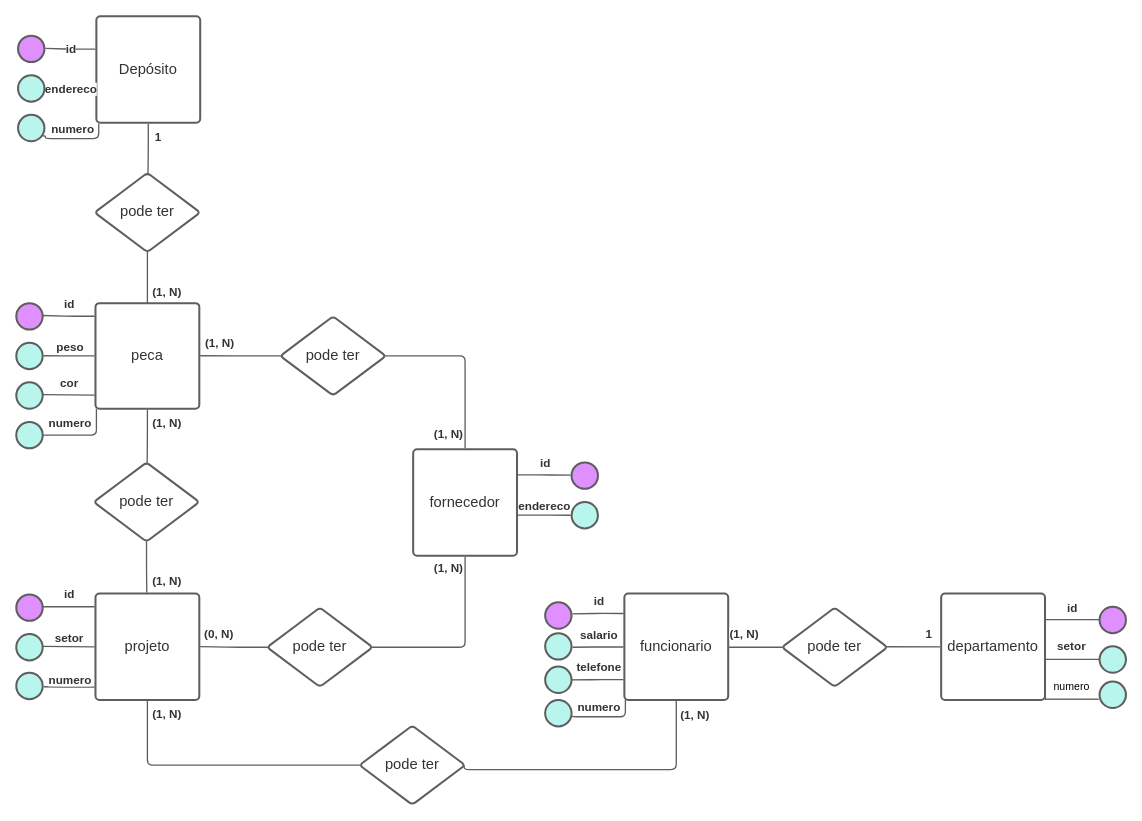
Before: page "Página-1" (1 of 2) of Diagrama sem nome.drawio in CaduuuS2/CaduuuS2, a draw.io diagram. Source tidied: cells renumbered, new cells numbered last; positions are measured from the earlier drawing's top-left corner, leaving out a move shared by most shapes. Both pictures are drawn from the tidied source at 88%, with x=0, y=0 at pixel (16, 16).
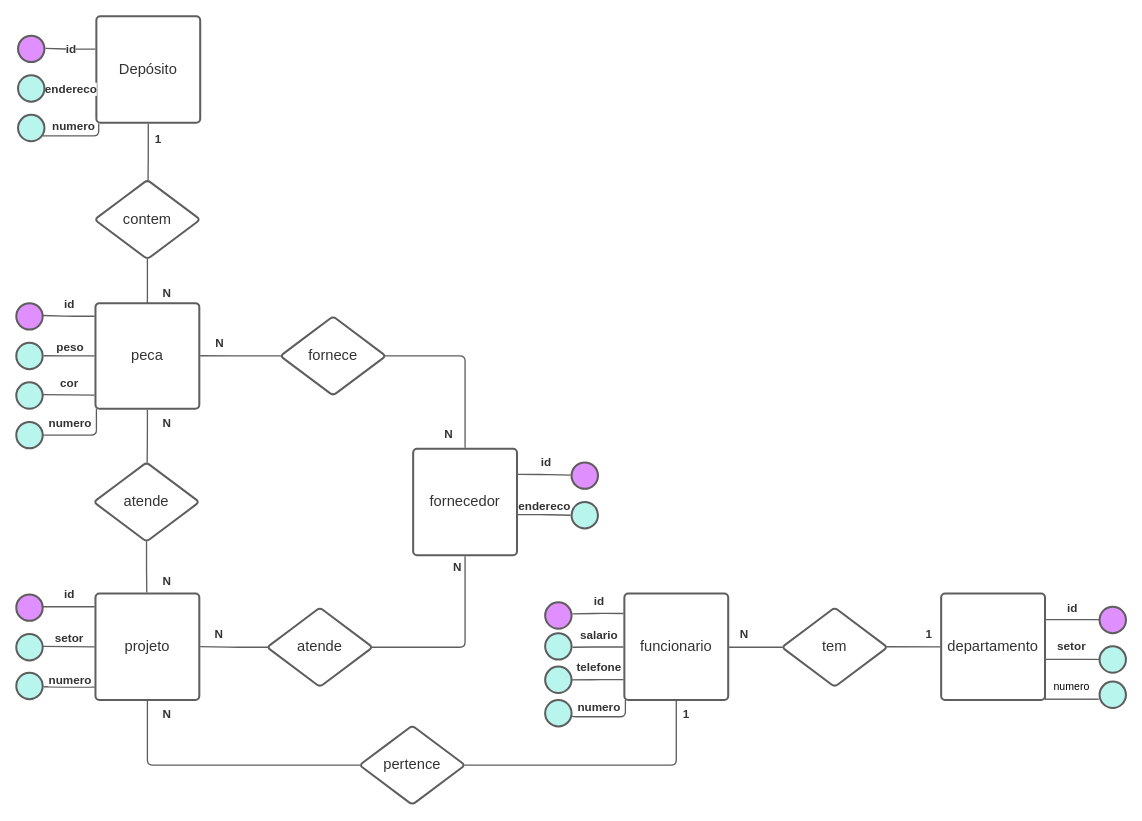
The same diagram, later.

Unchanged cells that the change refers to:
```xml
<mxCell id="9" value="funcionario" style="html=1;overflow=block;blockSpacing=1;whiteSpace=wrap;fontSize=16.7;fontColor=#333333;spacing=3.8;strokeColor=#5e5e5e;strokeOpacity=100;rounded=1;absoluteArcSize=1;arcSize=9;strokeWidth=2.3;lucidId=F~jI04aDoL8M;" parent="1" vertex="1">
  <mxGeometry x="691" y="656" width="118" height="121" as="geometry" />
</mxCell>
<mxCell id="19" value="Depósito" style="html=1;overflow=block;blockSpacing=1;whiteSpace=wrap;fontSize=16.7;fontColor=#333333;spacing=3.8;strokeColor=#5e5e5e;strokeOpacity=100;rounded=1;absoluteArcSize=1;arcSize=9;strokeWidth=2.3;lucidId=~~jI1~KkqKt5;" parent="1" vertex="1">
  <mxGeometry x="91" width="118" height="121" as="geometry" />
</mxCell>
<mxCell id="47" style="html=1;jettySize=18;whiteSpace=wrap;fontSize=13;strokeColor=#5E5E5E;strokeWidth=1.5;rounded=1;arcSize=12;edgeStyle=orthogonalEdgeStyle;startArrow=none;endArrow=none;exitX=0.009;exitY=0.5;exitPerimeter=0;entryX=0.5;entryY=1.009;entryPerimeter=0;lucidId=HqkIA-.pXedk;" parent="1" edge="1" source="49" target="2">
  <mxGeometry relative="1" as="geometry" />
</mxCell>
<mxCell id="51" style="html=1;jettySize=18;whiteSpace=wrap;fontSize=13;strokeColor=#5E5E5E;strokeWidth=1.5;rounded=1;arcSize=12;edgeStyle=orthogonalEdgeStyle;startArrow=none;endArrow=none;exitX=0.5;exitY=1.009;exitPerimeter=0;entryX=0.506;entryY=0.005;entryPerimeter=0;lucidId=HvkIkRtzUAPj;" parent="1" edge="1" source="26" target="50">
  <mxGeometry relative="1" as="geometry" />
</mxCell>
<mxCell id="53" style="html=1;jettySize=18;whiteSpace=wrap;fontSize=13;strokeColor=#5E5E5E;strokeWidth=1.5;rounded=1;arcSize=12;edgeStyle=orthogonalEdgeStyle;startArrow=none;endArrow=none;exitX=0.5;exitY=0.996;exitPerimeter=0;entryX=0.494;entryY=-0.009;entryPerimeter=0;lucidId=MvkIcAMhFRf_;" parent="1" edge="1" source="50" target="2">
  <mxGeometry relative="1" as="geometry" />
</mxCell>
<mxCell id="55" style="html=1;jettySize=18;whiteSpace=wrap;fontSize=13;strokeColor=#5E5E5E;strokeWidth=1.5;rounded=1;arcSize=12;edgeStyle=orthogonalEdgeStyle;startArrow=none;endArrow=none;exitX=0.5;exitY=1.009;exitPerimeter=0;entryX=0.991;entryY=0.5;entryPerimeter=0;lucidId=xykIh6G4ZGhu;" parent="1" edge="1" source="34" target="57">
  <mxGeometry relative="1" as="geometry">
    <Array as="points">
      <mxPoint x="510" y="717" />
    </Array>
  </mxGeometry>
</mxCell>
<mxCell id="58" style="html=1;jettySize=18;whiteSpace=wrap;fontSize=13.3;fontColor=#333333;fontStyle=1;strokeColor=#5E5E5E;strokeWidth=1.5;rounded=1;arcSize=12;edgeStyle=orthogonalEdgeStyle;startArrow=none;endArrow=none;exitX=0.009;exitY=0.5;exitPerimeter=0;entryX=1.009;entryY=0.498;entryPerimeter=0;lucidId=NykIEq6t0YiN;" parent="1" edge="1" source="57" target="2">
  <mxGeometry relative="1" as="geometry" />
</mxCell>
<mxCell id="68" style="html=1;jettySize=18;whiteSpace=wrap;fontSize=13;strokeColor=#5E5E5E;strokeWidth=1.5;rounded=1;arcSize=12;edgeStyle=orthogonalEdgeStyle;startArrow=none;endArrow=none;exitX=0.5;exitY=-0.009;exitPerimeter=0;entryX=0.991;entryY=0.5;entryPerimeter=0;lucidId=2IkIhX5xWK.R;" parent="1" edge="1" source="34" target="70">
  <mxGeometry relative="1" as="geometry">
    <Array as="points">
      <mxPoint x="510" y="386" />
    </Array>
  </mxGeometry>
</mxCell>
<mxCell id="71" style="html=1;jettySize=18;whiteSpace=wrap;fontSize=13.3;fontColor=#333333;fontStyle=1;strokeColor=#5E5E5E;strokeWidth=1.5;rounded=1;arcSize=12;edgeStyle=orthogonalEdgeStyle;startArrow=none;endArrow=none;exitX=0.009;exitY=0.5;exitPerimeter=0;entryX=1.009;entryY=0.498;entryPerimeter=0;lucidId=-IkIb4ChYnIl;" parent="1" edge="1" source="70" target="26">
  <mxGeometry relative="1" as="geometry" />
</mxCell>
<mxCell id="76" style="html=1;jettySize=18;whiteSpace=wrap;fontSize=13;strokeColor=#5E5E5E;strokeWidth=1.5;rounded=1;arcSize=12;edgeStyle=orthogonalEdgeStyle;startArrow=none;endArrow=none;exitX=0.5;exitY=0.996;exitPerimeter=0;lucidId=HLkIj6gFa-mh;" parent="1" edge="1" source="73">
  <mxGeometry relative="1" as="geometry">
    <mxPoint x="149" y="326" as="targetPoint" />
  </mxGeometry>
</mxCell>
<mxCell id="78" style="html=1;jettySize=18;whiteSpace=wrap;fontSize=13.3;fontColor=#333333;fontStyle=1;strokeColor=#5E5E5E;strokeWidth=1.5;rounded=1;arcSize=12;edgeStyle=orthogonalEdgeStyle;startArrow=none;endArrow=none;exitX=0.009;exitY=0.5;exitPerimeter=0;entryX=1.009;entryY=0.504;entryPerimeter=0;lucidId=g3kIVmlv53q5;" parent="1" edge="1" source="44" target="9">
  <mxGeometry relative="1" as="geometry" />
</mxCell>
```

Change to the diagram source:
```diff
@@
     <mxCell id="34" value="fornecedor" style="html=1;overflow=block;blockSpacing=1;whiteSpace=wrap;fontSize=16.7;fontColor=#333333;spacing=3.8;strokeColor=#5e5e5e;strokeOpacity=100;rounded=1;absoluteArcSize=1;arcSize=9;strokeWidth=2.3;lucidId=8akIa226I4ow;" parent="1" vertex="1">
-      <mxGeometry x="451" y="492" width="118" height="121" as="geometry" />
+      <mxGeometry x="451" y="491.5" width="118" height="121" as="geometry" />
     </mxCell>
@@
-    <mxCell id="44" value="pode ter" style="html=1;overflow=block;blockSpacing=1;whiteSpace=wrap;rhombus;fontSize=16.7;fontColor=#333333;spacing=3.8;strokeColor=#5e5e5e;strokeOpacity=100;fillOpacity=0;rounded=1;absoluteArcSize=1;arcSize=9;fillColor=#000000;strokeWidth=2.3;lucidId=9nkIm35I-Jwh;" parent="1" vertex="1">
+    <mxCell id="44" value="tem" style="html=1;overflow=block;blockSpacing=1;whiteSpace=wrap;rhombus;fontSize=16.7;fontColor=#333333;spacing=3.8;strokeColor=#5e5e5e;strokeOpacity=100;fillOpacity=0;rounded=1;absoluteArcSize=1;arcSize=9;fillColor=#000000;strokeWidth=2.3;lucidId=9nkIm35I-Jwh;" parent="1" vertex="1">
       <mxGeometry x="870" y="672" width="120" height="90" as="geometry" />
     </mxCell>
     <mxCell id="45" style="html=1;jettySize=18;whiteSpace=wrap;fontSize=13;strokeColor=#5E5E5E;strokeWidth=1.5;rounded=1;arcSize=12;edgeStyle=orthogonalEdgeStyle;startArrow=none;endArrow=none;exitX=0.5;exitY=1.009;exitPerimeter=0;entryX=0.991;entryY=0.5;entryPerimeter=0;lucidId=DqkIitgrGft5;" parent="1" edge="1" source="9" target="49">
       <mxGeometry relative="1" as="geometry">
         <Array as="points">
-          <mxPoint x="750" y="856" />
-          <mxPoint x="509" y="856" />
+          <mxPoint x="750" y="851" />
         </Array>
       </mxGeometry>
     </mxCell>
-    <mxCell id="46" value="(1, N)" style="text;html=1;labelBackgroundColor=default;align=center;verticalAlign=middle;fontStyle=1;fontColor=#333333;fontSize=13.3;" parent="45" vertex="1">
+    <mxCell id="46" value="1" style="text;html=1;labelBackgroundColor=default;align=center;verticalAlign=middle;fontStyle=1;fontColor=#333333;fontSize=13.3;" parent="45" vertex="1">
       <mxGeometry x="-0.91" relative="1" as="geometry">
-        <mxPoint x="20" as="offset" />
+        <mxPoint x="10" as="offset" />
       </mxGeometry>
     </mxCell>
@@
-    <mxCell id="48" value="(1, N)" style="text;html=1;labelBackgroundColor=default;align=center;verticalAlign=middle;fontStyle=1;fontColor=#333333;fontSize=13.3;" parent="47" vertex="1">
+    <mxCell id="48" value="N" style="text;html=1;labelBackgroundColor=default;align=center;verticalAlign=middle;fontStyle=1;fontColor=#333333;fontSize=13.3;" parent="47" vertex="1">
       <mxGeometry x="0.88" relative="1" as="geometry">
         <mxPoint x="21" y="-5" as="offset" />
       </mxGeometry>
     </mxCell>
-    <mxCell id="49" value="pode ter" style="html=1;overflow=block;blockSpacing=1;whiteSpace=wrap;rhombus;fontSize=16.7;fontColor=#333333;spacing=3.8;strokeColor=#5e5e5e;strokeOpacity=100;fillOpacity=0;rounded=1;absoluteArcSize=1;arcSize=9;fillColor=#000000;strokeWidth=2.3;lucidId=HqkIaE28fOwy;" parent="1" vertex="1">
+    <mxCell id="49" value="pertence" style="html=1;overflow=block;blockSpacing=1;whiteSpace=wrap;rhombus;fontSize=16.7;fontColor=#333333;spacing=3.8;strokeColor=#5e5e5e;strokeOpacity=100;fillOpacity=0;rounded=1;absoluteArcSize=1;arcSize=9;fillColor=#000000;strokeWidth=2.3;lucidId=HqkIaE28fOwy;" parent="1" vertex="1">
       <mxGeometry x="390" y="806" width="120" height="90" as="geometry" />
     </mxCell>
-    <mxCell id="50" value="pode ter" style="html=1;overflow=block;blockSpacing=1;whiteSpace=wrap;rhombus;fontSize=16.7;fontColor=#333333;spacing=3.8;strokeColor=#5e5e5e;strokeOpacity=100;fillOpacity=0;rounded=1;absoluteArcSize=1;arcSize=9;fillColor=#000000;strokeWidth=2.3;lucidId=WukI7734kmE~;" parent="1" vertex="1">
+    <mxCell id="50" value="atende" style="html=1;overflow=block;blockSpacing=1;whiteSpace=wrap;rhombus;fontSize=16.7;fontColor=#333333;spacing=3.8;strokeColor=#5e5e5e;strokeOpacity=100;fillOpacity=0;rounded=1;absoluteArcSize=1;arcSize=9;fillColor=#000000;strokeWidth=2.3;lucidId=WukI7734kmE~;" parent="1" vertex="1">
       <mxGeometry x="88" y="507" width="120" height="90" as="geometry" />
     </mxCell>
@@
-    <mxCell id="52" value="(1, N)" style="text;html=1;labelBackgroundColor=default;align=center;verticalAlign=middle;fontStyle=1;fontColor=#333333;fontSize=13.3;" parent="51" vertex="1">
+    <mxCell id="52" value="N" style="text;html=1;labelBackgroundColor=default;align=center;verticalAlign=middle;fontStyle=1;fontColor=#333333;fontSize=13.3;" parent="51" vertex="1">
       <mxGeometry x="-0.35" relative="1" as="geometry">
         <mxPoint x="21" y="-6" as="offset" />
       </mxGeometry>
     </mxCell>
@@
-    <mxCell id="54" value="(1, N)" style="text;html=1;labelBackgroundColor=default;align=center;verticalAlign=middle;fontStyle=1;fontColor=#333333;fontSize=13.3;" parent="53" vertex="1">
+    <mxCell id="54" value="N" style="text;html=1;labelBackgroundColor=default;align=center;verticalAlign=middle;fontStyle=1;fontColor=#333333;fontSize=13.3;" parent="53" vertex="1">
       <mxGeometry x="0.52" relative="1" as="geometry">
         <mxPoint x="22" as="offset" />
       </mxGeometry>
     </mxCell>
@@
-    <mxCell id="56" value="(1, N)" style="text;html=1;labelBackgroundColor=default;align=center;verticalAlign=middle;fontStyle=1;fontColor=#333333;fontSize=13.3;" parent="55" vertex="1">
+    <mxCell id="56" value="N" style="text;html=1;labelBackgroundColor=default;align=center;verticalAlign=middle;fontStyle=1;fontColor=#333333;fontSize=13.3;" parent="55" vertex="1">
       <mxGeometry x="-0.85" relative="1" as="geometry">
-        <mxPoint x="-20" y="-4" as="offset" />
+        <mxPoint x="-10" y="-4" as="offset" />
       </mxGeometry>
     </mxCell>
-    <mxCell id="57" value="pode ter" style="html=1;overflow=block;blockSpacing=1;whiteSpace=wrap;rhombus;fontSize=16.7;fontColor=#333333;spacing=3.8;strokeColor=#5e5e5e;strokeOpacity=100;fillOpacity=0;rounded=1;absoluteArcSize=1;arcSize=9;fillColor=#000000;strokeWidth=2.3;lucidId=BykIxAKyOhK2;" parent="1" vertex="1">
+    <mxCell id="57" value="atende" style="html=1;overflow=block;blockSpacing=1;whiteSpace=wrap;rhombus;fontSize=16.7;fontColor=#333333;spacing=3.8;strokeColor=#5e5e5e;strokeOpacity=100;fillOpacity=0;rounded=1;absoluteArcSize=1;arcSize=9;fillColor=#000000;strokeWidth=2.3;lucidId=BykIxAKyOhK2;" parent="1" vertex="1">
       <mxGeometry x="285" y="672" width="120" height="90" as="geometry" />
     </mxCell>
@@
-    <mxCell id="59" value="(0, N)" style="text;html=1;labelBackgroundColor=default;align=center;verticalAlign=middle;fontStyle=1;fontColor=#333333;fontSize=13.3;" parent="58" vertex="1">
+    <mxCell id="59" value="N" style="text;html=1;labelBackgroundColor=default;align=center;verticalAlign=middle;fontStyle=1;fontColor=#333333;fontSize=13.3;" parent="58" vertex="1">
       <mxGeometry x="0.69" relative="1" as="geometry">
         <mxPoint x="9" y="-15" as="offset" />
       </mxGeometry>
     </mxCell>
@@
-    <mxCell id="69" value="(1, N)" style="text;html=1;labelBackgroundColor=default;align=center;verticalAlign=middle;fontStyle=1;fontColor=#333333;fontSize=13.3;" parent="68" vertex="1">
+    <mxCell id="69" value="N" style="text;html=1;labelBackgroundColor=default;align=center;verticalAlign=middle;fontStyle=1;fontColor=#333333;fontSize=13.3;" parent="68" vertex="1">
       <mxGeometry x="-0.86" relative="1" as="geometry">
         <mxPoint x="-20" y="-2" as="offset" />
       </mxGeometry>
     </mxCell>
-    <mxCell id="70" value="pode ter" style="html=1;overflow=block;blockSpacing=1;whiteSpace=wrap;rhombus;fontSize=16.7;fontColor=#333333;spacing=3.8;strokeColor=#5e5e5e;strokeOpacity=100;fillOpacity=0;rounded=1;absoluteArcSize=1;arcSize=9;fillColor=#000000;strokeWidth=2.3;lucidId=8IkIBPWdv~Yc;" parent="1" vertex="1">
+    <mxCell id="70" value="fornece" style="html=1;overflow=block;blockSpacing=1;whiteSpace=wrap;rhombus;fontSize=16.7;fontColor=#333333;spacing=3.8;strokeColor=#5e5e5e;strokeOpacity=100;fillOpacity=0;rounded=1;absoluteArcSize=1;arcSize=9;fillColor=#000000;strokeWidth=2.3;lucidId=8IkIBPWdv~Yc;" parent="1" vertex="1">
       <mxGeometry x="300" y="341" width="120" height="90" as="geometry" />
     </mxCell>
@@
-    <mxCell id="72" value="(1, N)" style="text;html=1;labelBackgroundColor=default;align=center;verticalAlign=middle;fontStyle=1;fontColor=#333333;fontSize=13.3;" parent="71" vertex="1">
+    <mxCell id="72" value="N" style="text;html=1;labelBackgroundColor=default;align=center;verticalAlign=middle;fontStyle=1;fontColor=#333333;fontSize=13.3;" parent="71" vertex="1">
       <mxGeometry x="0.64" relative="1" as="geometry">
         <mxPoint x="5" y="-15" as="offset" />
       </mxGeometry>
     </mxCell>
-    <mxCell id="73" value="pode ter" style="html=1;overflow=block;blockSpacing=1;whiteSpace=wrap;rhombus;fontSize=16.7;fontColor=#333333;spacing=3.8;strokeColor=#5e5e5e;strokeOpacity=100;fillOpacity=0;rounded=1;absoluteArcSize=1;arcSize=9;fillColor=#000000;strokeWidth=2.3;lucidId=HLkIobKTApkP;" parent="1" vertex="1">
-      <mxGeometry x="89" y="178" width="120" height="90" as="geometry" />
+    <mxCell id="73" value="contem" style="html=1;overflow=block;blockSpacing=1;whiteSpace=wrap;rhombus;fontSize=16.7;fontColor=#333333;spacing=3.8;strokeColor=#5e5e5e;strokeOpacity=100;fillOpacity=0;rounded=1;absoluteArcSize=1;arcSize=9;fillColor=#000000;strokeWidth=2.3;lucidId=HLkIobKTApkP;" parent="1" vertex="1">
+      <mxGeometry x="89" y="186" width="120" height="90" as="geometry" />
     </mxCell>
@@
-    <mxCell id="77" value="(1, N)" style="text;html=1;labelBackgroundColor=default;align=center;verticalAlign=middle;fontStyle=1;fontColor=#333333;fontSize=13.3;" parent="76" vertex="1">
+    <mxCell id="77" value="N" style="text;html=1;labelBackgroundColor=default;align=center;verticalAlign=middle;fontStyle=1;fontColor=#333333;fontSize=13.3;" parent="76" vertex="1">
       <mxGeometry x="0.52" relative="1" as="geometry">
         <mxPoint x="21" as="offset" />
       </mxGeometry>
     </mxCell>
@@
-    <mxCell id="79" value="(1, N)" style="text;html=1;labelBackgroundColor=default;align=center;verticalAlign=middle;fontStyle=1;fontColor=#333333;fontSize=13.3;" parent="78" vertex="1">
+    <mxCell id="79" value="N" style="text;html=1;labelBackgroundColor=default;align=center;verticalAlign=middle;fontStyle=1;fontColor=#333333;fontSize=13.3;" parent="78" vertex="1">
       <mxGeometry x="0.49" relative="1" as="geometry">
         <mxPoint y="-15" as="offset" />
       </mxGeometry>
     </mxCell>
@@
     <mxCell id="90" style="html=1;jettySize=18;whiteSpace=wrap;fontSize=13;strokeColor=#5E5E5E;strokeWidth=1.5;rounded=1;arcSize=12;edgeStyle=orthogonalEdgeStyle;startArrow=none;endArrow=none;exitX=0.023;exitY=1.007;exitPerimeter=0;lucidId=u7oIdkPtmIdf;" parent="1" edge="1" source="19">
       <mxGeometry relative="1" as="geometry">
         <mxPoint x="30" y="136" as="targetPoint" />
         <Array as="points">
-          <mxPoint x="94" y="139" />
-          <mxPoint x="33" y="139" />
+          <mxPoint x="94" y="136" />
         </Array>
       </mxGeometry>
     </mxCell>
```
